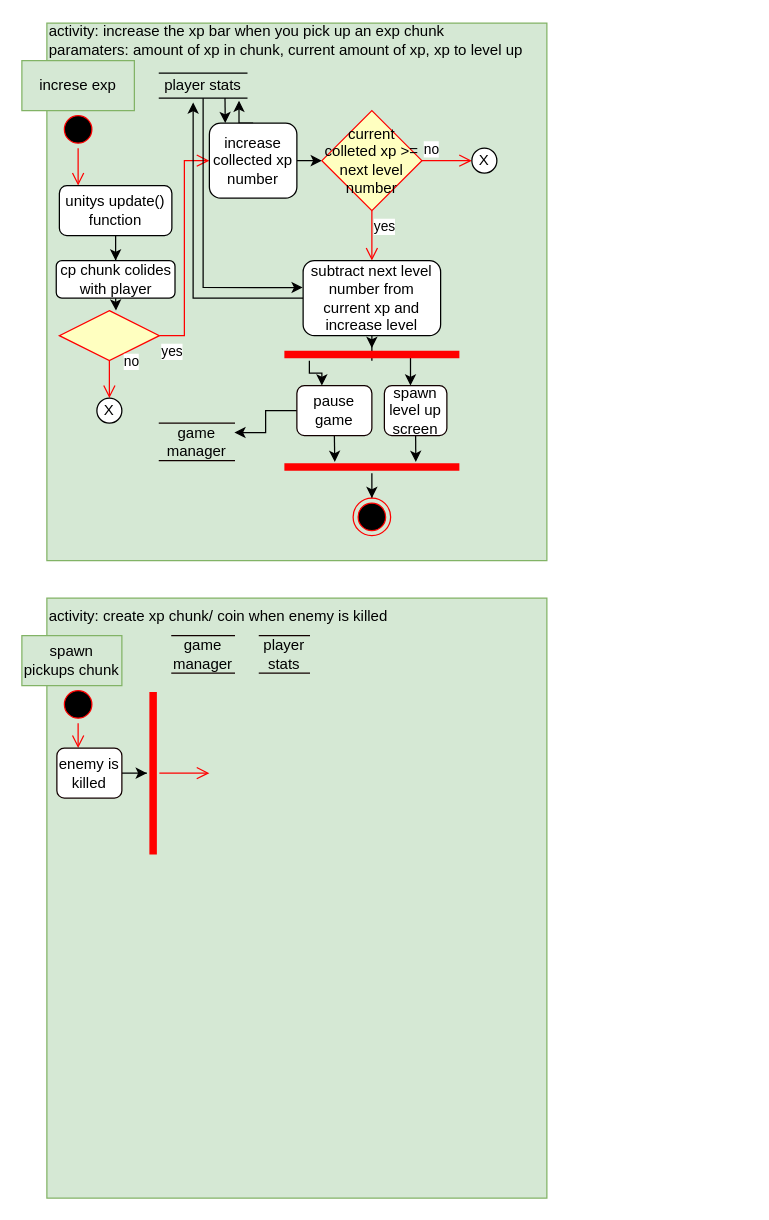
Before: page "xp system" (3 of 3) of Documentation files/activity diagram.drawio in Ulibomber1/Middlespace-Survivor, a draw.io diagram. Source tidied: cells renumbered, new cells numbered last; positions are measured from the earlier drawing's top-left corner, leaving out a move shared by most shapes. Both pictures are drawn from the tidied source at 125%, with x=0, y=0 at pixel (21, 21).
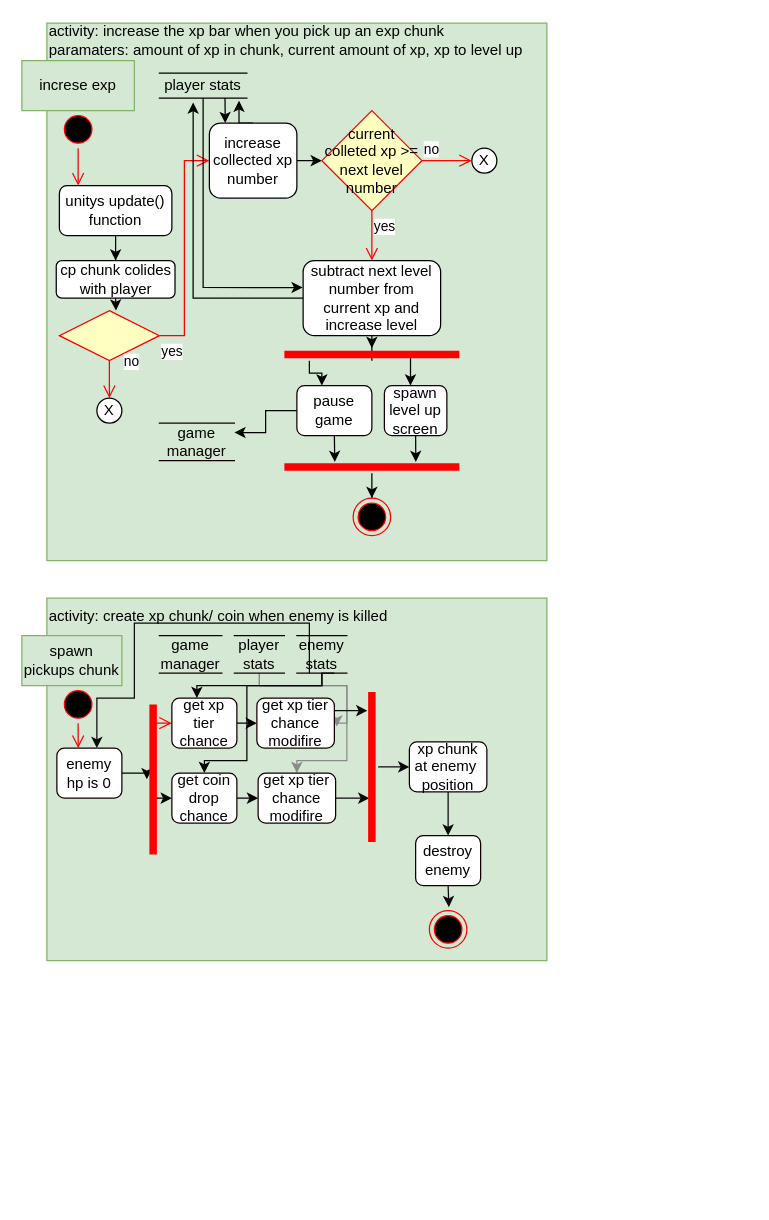
The same page after the edit.

Commit message (it also covers changes not shown here):
spawn drop thing

Change to the diagram source:
```diff
@@
     <mxCell id="39" style="rounded=0;whiteSpace=wrap;html=1;strokeColor=#82b366;strokeWidth=1;fillColor=#d5e8d4;" parent="1" vertex="1">
-      <mxGeometry x="20" y="461" width="400" height="480" as="geometry" />
+      <mxGeometry x="20" y="461" width="400" height="290" as="geometry" />
     </mxCell>
@@
-    <mxCell id="45" value="enemy is killed" style="rounded=1;whiteSpace=wrap;html=1;strokeColor=#120000;strokeWidth=1;" parent="1" vertex="1">
+    <mxCell id="45" value="enemy hp is 0" style="rounded=1;whiteSpace=wrap;html=1;strokeColor=#120000;strokeWidth=1;" parent="1" vertex="1">
       <mxGeometry x="28" y="581" width="52" height="40" as="geometry" />
     </mxCell>
     <mxCell id="46" value="game manager" style="shape=partialRectangle;whiteSpace=wrap;html=1;left=0;right=0;fillColor=none;strokeColor=#120000;strokeWidth=1;" parent="1" vertex="1">
-      <mxGeometry x="120" y="491" width="50" height="30" as="geometry" />
+      <mxGeometry x="110" y="491" width="50" height="30" as="geometry" />
     </mxCell>
@@
+    <mxCell id="51" style="edgeStyle=orthogonalEdgeStyle;rounded=0;jettySize=auto;html=1;exitX=0.5;exitY=1;exitDx=0;exitDy=0;entryX=1.032;entryY=0.57;entryDx=0;entryDy=0;entryPerimeter=0;strokeColor=#8A8A8A;" parent="1" edge="1" source="48" target="63">
+      <mxGeometry relative="1" as="geometry">
+        <Array as="points">
+          <mxPoint x="190" y="531" />
+          <mxPoint x="260" y="531" />
+          <mxPoint x="260" y="561" />
+          <mxPoint x="252" y="561" />
+        </Array>
+      </mxGeometry>
+    </mxCell>
+    <mxCell id="52" style="edgeStyle=orthogonalEdgeStyle;rounded=0;jettySize=auto;html=1;exitX=0.5;exitY=1;exitDx=0;exitDy=0;entryX=0.5;entryY=0;entryDx=0;entryDy=0;strokeColor=#8A8A8A;" parent="1" edge="1" source="48" target="65">
+      <mxGeometry relative="1" as="geometry">
+        <Array as="points">
+          <mxPoint x="190" y="531" />
+          <mxPoint x="260" y="531" />
+          <mxPoint x="260" y="591" />
+          <mxPoint x="220" y="591" />
+        </Array>
+      </mxGeometry>
+    </mxCell>
     <mxCell id="48" value="player&lt;br&gt;stats" style="shape=partialRectangle;whiteSpace=wrap;html=1;left=0;right=0;fillColor=none;strokeColor=#120000;strokeWidth=1;" parent="1" vertex="1">
-      <mxGeometry x="190" y="491" width="40" height="30" as="geometry" />
+      <mxGeometry x="170" y="491" width="40" height="30" as="geometry" />
     </mxCell>
+    <mxCell id="53" style="edgeStyle=orthogonalEdgeStyle;rounded=0;jettySize=auto;html=1;exitX=0.25;exitY=0.5;exitDx=0;exitDy=0;exitPerimeter=0;" parent="1" edge="1" source="49">
+      <mxGeometry relative="1" as="geometry">
+        <mxPoint x="120" y="621" as="targetPoint" />
+        <Array as="points">
+          <mxPoint x="105" y="621" />
+        </Array>
+      </mxGeometry>
+    </mxCell>
     <mxCell id="49" style="shape=line;html=1;strokeWidth=6;strokeColor=#ff0000;rotation=-90;" parent="1" vertex="1">
-      <mxGeometry x="40" y="596" width="130" height="10" as="geometry" />
+      <mxGeometry x="45" y="601" width="120" height="10" as="geometry" />
     </mxCell>
-    <mxCell id="50" style="edgeStyle=orthogonalEdgeStyle;html=1;verticalAlign=bottom;endArrow=open;endSize=8;strokeColor=#ff0000;rounded=0;" parent="1" edge="1" source="49">
+    <mxCell id="50" style="html=1;verticalAlign=bottom;endArrow=open;endSize=8;strokeColor=#ff0000;rounded=0;edgeStyle=orthogonalEdgeStyle;exitX=0.728;exitY=0.6;exitDx=0;exitDy=0;exitPerimeter=0;" parent="1" edge="1" source="49">
       <mxGeometry relative="1" as="geometry">
-        <mxPoint x="150" y="601" as="targetPoint" />
+        <mxPoint x="120" y="561" as="targetPoint" />
+        <Array as="points">
+          <mxPoint x="106" y="561" />
+        </Array>
       </mxGeometry>
     </mxCell>
+    <mxCell id="54" style="edgeStyle=orthogonalEdgeStyle;rounded=0;jettySize=auto;html=1;exitX=0.5;exitY=1;exitDx=0;exitDy=0;" parent="1" edge="1" source="57">
+      <mxGeometry relative="1" as="geometry">
+        <mxPoint x="140" y="541" as="targetPoint" />
+        <Array as="points">
+          <mxPoint x="240" y="531" />
+          <mxPoint x="140" y="531" />
+        </Array>
+      </mxGeometry>
+    </mxCell>
+    <mxCell id="55" style="edgeStyle=orthogonalEdgeStyle;rounded=0;jettySize=auto;html=1;exitX=0.75;exitY=1;exitDx=0;exitDy=0;entryX=0.5;entryY=0;entryDx=0;entryDy=0;" parent="1" edge="1" source="57" target="61">
+      <mxGeometry relative="1" as="geometry">
+        <Array as="points">
+          <mxPoint x="240" y="521" />
+          <mxPoint x="240" y="531" />
+          <mxPoint x="180" y="531" />
+          <mxPoint x="180" y="591" />
+          <mxPoint x="146" y="591" />
+        </Array>
+      </mxGeometry>
+    </mxCell>
+    <mxCell id="56" style="edgeStyle=orthogonalEdgeStyle;rounded=0;jettySize=auto;html=1;exitX=0.25;exitY=1;exitDx=0;exitDy=0;strokeColor=#0A0A0A;" parent="1" edge="1" source="57">
+      <mxGeometry relative="1" as="geometry">
+        <mxPoint x="60" y="581" as="targetPoint" />
+        <Array as="points">
+          <mxPoint x="230" y="481" />
+          <mxPoint x="90" y="481" />
+          <mxPoint x="90" y="541" />
+          <mxPoint x="60" y="541" />
+        </Array>
+      </mxGeometry>
+    </mxCell>
+    <mxCell id="57" value="enemy&lt;br&gt;stats" style="shape=partialRectangle;whiteSpace=wrap;html=1;left=0;right=0;fillColor=none;strokeColor=#120000;strokeWidth=1;" parent="1" vertex="1">
+      <mxGeometry x="220" y="491" width="40" height="30" as="geometry" />
+    </mxCell>
+    <mxCell id="58" style="edgeStyle=orthogonalEdgeStyle;rounded=0;jettySize=auto;html=1;exitX=1;exitY=0.5;exitDx=0;exitDy=0;entryX=0;entryY=0.5;entryDx=0;entryDy=0;" parent="1" edge="1" source="59" target="63">
+      <mxGeometry relative="1" as="geometry" />
+    </mxCell>
+    <mxCell id="59" value="get xp tier chance" style="rounded=1;whiteSpace=wrap;html=1;strokeColor=#120000;strokeWidth=1;" parent="1" vertex="1">
+      <mxGeometry x="120" y="541" width="52" height="40" as="geometry" />
+    </mxCell>
+    <mxCell id="60" style="edgeStyle=orthogonalEdgeStyle;rounded=0;jettySize=auto;html=1;exitX=1;exitY=0.5;exitDx=0;exitDy=0;entryX=0;entryY=0.5;entryDx=0;entryDy=0;" parent="1" edge="1" source="61" target="65">
+      <mxGeometry relative="1" as="geometry" />
+    </mxCell>
+    <mxCell id="61" value="get coin drop chance" style="rounded=1;whiteSpace=wrap;html=1;strokeColor=#120000;strokeWidth=1;" parent="1" vertex="1">
+      <mxGeometry x="120" y="601" width="52" height="40" as="geometry" />
+    </mxCell>
+    <mxCell id="62" style="edgeStyle=orthogonalEdgeStyle;rounded=0;jettySize=auto;html=1;exitX=1;exitY=0.25;exitDx=0;exitDy=0;entryX=0.868;entryY=0.14;entryDx=0;entryDy=0;entryPerimeter=0;strokeColor=#0A0A0A;" parent="1" edge="1" source="63" target="67">
+      <mxGeometry relative="1" as="geometry" />
+    </mxCell>
+    <mxCell id="63" value="get xp tier chance modifire" style="rounded=1;whiteSpace=wrap;html=1;strokeColor=#120000;strokeWidth=1;" parent="1" vertex="1">
+      <mxGeometry x="188" y="541" width="62" height="40" as="geometry" />
+    </mxCell>
+    <mxCell id="64" style="edgeStyle=orthogonalEdgeStyle;rounded=0;jettySize=auto;html=1;exitX=1;exitY=0.5;exitDx=0;exitDy=0;entryX=0.288;entryY=0.3;entryDx=0;entryDy=0;entryPerimeter=0;strokeColor=#0A0A0A;" parent="1" edge="1" source="65" target="67">
+      <mxGeometry relative="1" as="geometry" />
+    </mxCell>
+    <mxCell id="65" value="get xp tier chance modifire" style="rounded=1;whiteSpace=wrap;html=1;strokeColor=#120000;strokeWidth=1;" parent="1" vertex="1">
+      <mxGeometry x="189" y="601" width="62" height="40" as="geometry" />
+    </mxCell>
+    <mxCell id="66" style="edgeStyle=orthogonalEdgeStyle;rounded=0;jettySize=auto;html=1;strokeColor=#0A0A0A;entryX=0;entryY=0.5;entryDx=0;entryDy=0;" parent="1" edge="1" source="67" target="69">
+      <mxGeometry relative="1" as="geometry" />
+    </mxCell>
+    <mxCell id="67" style="shape=line;html=1;strokeWidth=6;strokeColor=#ff0000;rotation=-90;" parent="1" vertex="1">
+      <mxGeometry x="220" y="591" width="120" height="10" as="geometry" />
+    </mxCell>
+    <mxCell id="68" style="edgeStyle=orthogonalEdgeStyle;rounded=0;jettySize=auto;html=1;strokeColor=#0A0A0A;" parent="1" edge="1" source="69">
+      <mxGeometry relative="1" as="geometry">
+        <mxPoint x="341" y="651" as="targetPoint" />
+      </mxGeometry>
+    </mxCell>
+    <mxCell id="69" value="xp chunk at enemy&amp;nbsp;&lt;br&gt;position" style="rounded=1;whiteSpace=wrap;html=1;strokeColor=#120000;strokeWidth=1;" parent="1" vertex="1">
+      <mxGeometry x="310" y="576" width="62" height="40" as="geometry" />
+    </mxCell>
+    <mxCell id="70" style="edgeStyle=orthogonalEdgeStyle;rounded=0;jettySize=auto;html=1;exitX=0.5;exitY=1;exitDx=0;exitDy=0;entryX=0.52;entryY=-0.093;entryDx=0;entryDy=0;entryPerimeter=0;strokeColor=#0A0A0A;" parent="1" edge="1" source="71" target="72">
+      <mxGeometry relative="1" as="geometry" />
+    </mxCell>
+    <mxCell id="71" value="destroy enemy" style="rounded=1;whiteSpace=wrap;html=1;strokeColor=#120000;strokeWidth=1;" parent="1" vertex="1">
+      <mxGeometry x="315" y="651" width="52" height="40" as="geometry" />
+    </mxCell>
+    <mxCell id="72" style="ellipse;html=1;shape=endState;fillColor=#000000;strokeColor=#ff0000;strokeWidth=1;" parent="1" vertex="1">
+      <mxGeometry x="326" y="711" width="30" height="30" as="geometry" />
+    </mxCell>
```
